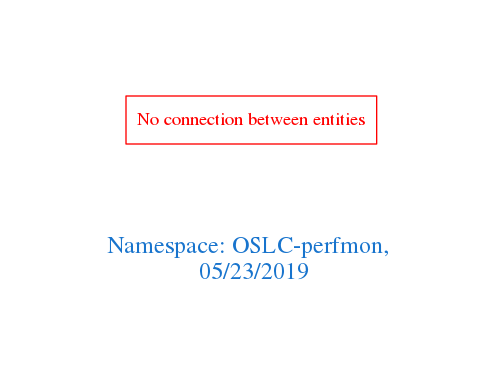
Above: downloads/OSLC-perfmon.png in arago/OGIT (Graphviz), before the change. Its source is kept beside it as downloads/OSLC-perfmon.dot.
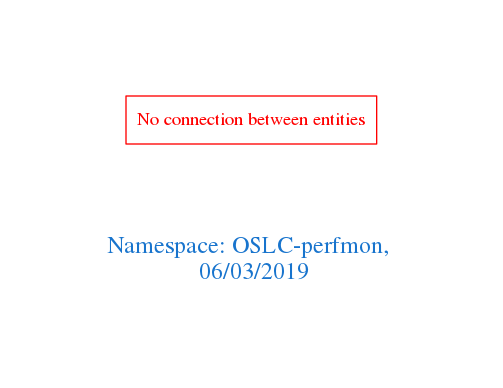
Later version of the same file.

What changed in the source:
```diff
@@ -1,7 +1,7 @@
 digraph OGIT_ontology {
  graph [ rankdir= LR,pad=1
 fontsize = 18,
-fontcolor= dodgerblue3,label = "\n\n\nNamespace: OSLC-perfmon, \n 05/23/2019"];
+fontcolor= dodgerblue3,label = "\n\n\nNamespace: OSLC-perfmon, \n 06/03/2019"];
 node[shape=polygon];
 edge [  color="gray81"];
 
```
